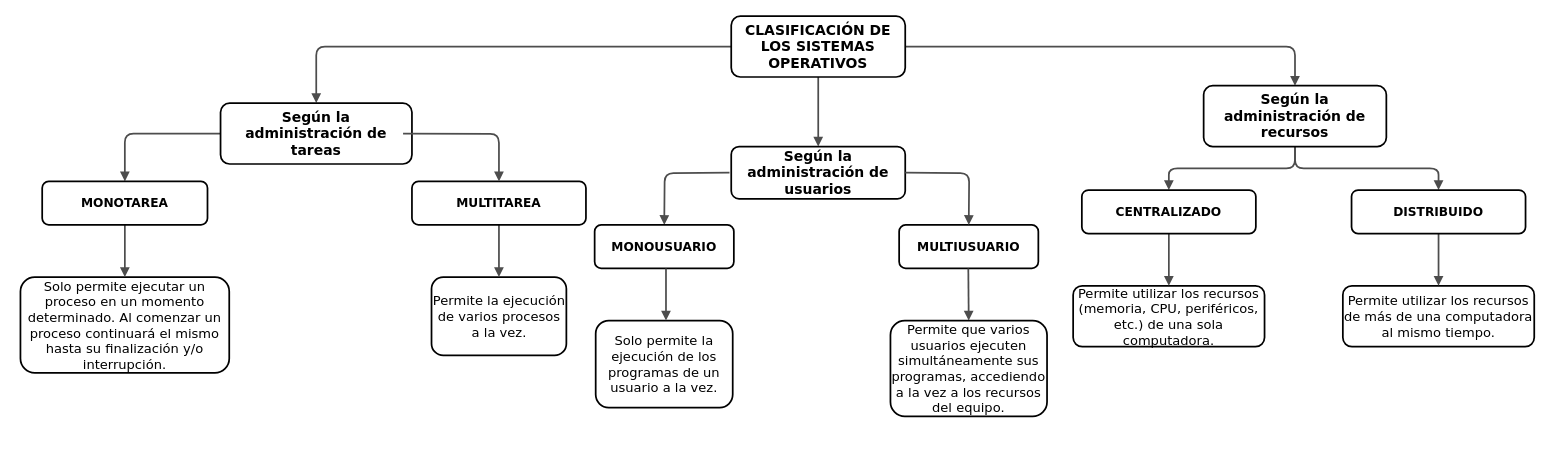
Before: Diagrama sin título.drawio in kiloZ333/kiloZ333, a draw.io diagram. Source tidied: cells renumbered, new cells numbered last; positions are measured from the earlier drawing's top-left corner, leaving out a move shared by most shapes. Both pictures are drawn from the tidied source at 87%, with x=0, y=0 at pixel (20, 16).
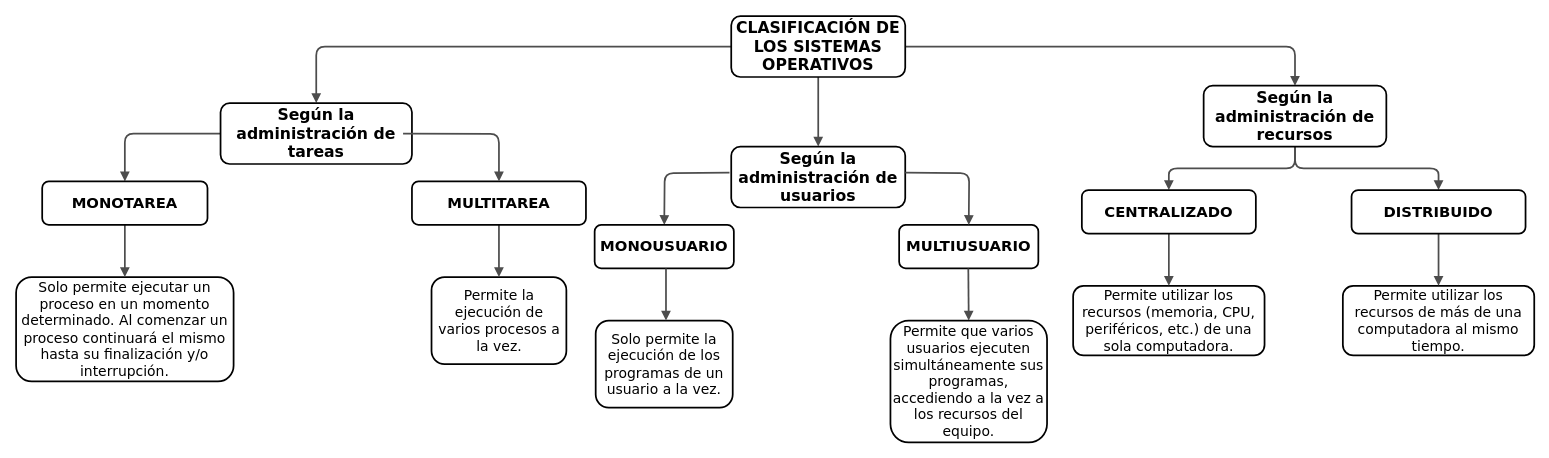
Above is the later version.

Change to the diagram source:
```diff
@@
-    <mxCell id="2" value="&lt;font style=&quot;font-size: 15px;&quot;&gt;Solo permite ejecutar un proceso en un momento determinado. Al comenzar un proceso continuará el mismo hasta su finalización y/o interrupción.&lt;/font&gt;" style="whiteSpace=wrap;html=1;rounded=1;shadow=0;comic=0;strokeWidth=2;fontFamily=Verdana;align=center;fontSize=10;" parent="1" vertex="1">
-      <mxGeometry y="300" width="240" height="110" as="geometry" />
+    <mxCell id="2" value="&lt;font style=&quot;font-size: 16px;&quot;&gt;Solo permite ejecutar un proceso en un momento determinado. Al comenzar un proceso continuará el mismo hasta su finalización y/o interrupción.&lt;/font&gt;" style="whiteSpace=wrap;html=1;rounded=1;shadow=0;comic=0;strokeWidth=2;fontFamily=Verdana;align=center;fontSize=10;" parent="1" vertex="1">
+      <mxGeometry x="-5" y="300" width="250" height="120" as="geometry" />
     </mxCell>
-    <mxCell id="3" value="&lt;font style=&quot;font-size: 15px;&quot;&gt;Permite la ejecución de varios procesos a la vez.&lt;/font&gt;" style="whiteSpace=wrap;html=1;rounded=1;shadow=0;comic=0;strokeWidth=2;fontFamily=Verdana;align=center;fontSize=10;" parent="1" vertex="1">
-      <mxGeometry x="472.5" y="300" width="155" height="90" as="geometry" />
+    <mxCell id="3" value="&lt;font style=&quot;font-size: 16px;&quot;&gt;Permite la ejecución de varios procesos a la vez.&lt;/font&gt;" style="whiteSpace=wrap;html=1;rounded=1;shadow=0;comic=0;strokeWidth=2;fontFamily=Verdana;align=center;fontSize=10;" parent="1" vertex="1">
+      <mxGeometry x="472.5" y="300" width="155" height="100" as="geometry" />
     </mxCell>
-    <mxCell id="4" value="&lt;font style=&quot;font-size: 14px;&quot;&gt;&lt;b&gt;MULTIUSUARIO&lt;/b&gt;&lt;/font&gt;" style="whiteSpace=wrap;html=1;rounded=1;shadow=0;comic=0;strokeWidth=2;fontFamily=Verdana;align=center;fontSize=10;" parent="1" vertex="1">
+    <mxCell id="4" value="&lt;font size=&quot;1&quot;&gt;&lt;b style=&quot;font-size: 17px;&quot;&gt;MULTIUSUARIO&lt;/b&gt;&lt;/font&gt;" style="whiteSpace=wrap;html=1;rounded=1;shadow=0;comic=0;strokeWidth=2;fontFamily=Verdana;align=center;fontSize=10;" parent="1" vertex="1">
       <mxGeometry x="1010" y="240" width="160" height="50" as="geometry" />
     </mxCell>
-    <mxCell id="5" value="&lt;font style=&quot;font-size: 15px;&quot;&gt;Permite utilizar los recursos (memoria, CPU, periféricos, etc.) de una sola computadora.&lt;/font&gt;" style="whiteSpace=wrap;html=1;rounded=1;shadow=0;comic=0;strokeWidth=2;fontFamily=Verdana;align=center;fontSize=10;" parent="1" vertex="1">
-      <mxGeometry x="1210" y="310" width="220" height="70" as="geometry" />
+    <mxCell id="5" value="&lt;font style=&quot;font-size: 16px;&quot;&gt;Permite utilizar los recursos (memoria, CPU, periféricos, etc.) de una sola computadora.&lt;/font&gt;" style="whiteSpace=wrap;html=1;rounded=1;shadow=0;comic=0;strokeWidth=2;fontFamily=Verdana;align=center;fontSize=10;" parent="1" vertex="1">
+      <mxGeometry x="1210" y="310" width="220" height="80" as="geometry" />
     </mxCell>
-    <mxCell id="6" value="&lt;font style=&quot;font-size: 15px;&quot;&gt;Permite utilizar los recursos de más de una computadora al mismo tiempo. &lt;/font&gt;" style="whiteSpace=wrap;html=1;rounded=1;shadow=0;comic=0;strokeWidth=2;fontFamily=Verdana;align=center;fontSize=10;" parent="1" vertex="1">
-      <mxGeometry x="1520" y="310" width="220" height="70" as="geometry" />
+    <mxCell id="6" value="&lt;font style=&quot;font-size: 16px;&quot;&gt;Permite utilizar los recursos de más de una computadora al mismo tiempo. &lt;/font&gt;" style="whiteSpace=wrap;html=1;rounded=1;shadow=0;comic=0;strokeWidth=2;fontFamily=Verdana;align=center;fontSize=10;" parent="1" vertex="1">
+      <mxGeometry x="1520" y="310" width="220" height="80" as="geometry" />
     </mxCell>
@@
-    <mxCell id="17" value="&lt;font style=&quot;font-size: 14px;&quot;&gt;MONOTAREA&lt;/font&gt;" style="whiteSpace=wrap;html=1;rounded=1;shadow=0;comic=0;strokeWidth=2;fontFamily=Verdana;align=center;fontSize=12;fontStyle=1;" parent="1" vertex="1">
+    <mxCell id="17" value="&lt;font style=&quot;font-size: 17px;&quot;&gt;MONOTAREA&lt;/font&gt;" style="whiteSpace=wrap;html=1;rounded=1;shadow=0;comic=0;strokeWidth=2;fontFamily=Verdana;align=center;fontSize=12;fontStyle=1;" parent="1" vertex="1">
       <mxGeometry x="25" y="190" width="190" height="50" as="geometry" />
     </mxCell>
-    <mxCell id="18" value="&lt;font style=&quot;font-size: 16px;&quot;&gt;Según la administración de tareas &lt;/font&gt;" style="whiteSpace=wrap;html=1;rounded=1;shadow=0;comic=0;strokeWidth=2;fontFamily=Verdana;align=center;fontSize=12;fontStyle=1;" parent="1" vertex="1">
+    <mxCell id="18" value="&lt;font style=&quot;font-size: 18px;&quot;&gt;Según la administración de tareas &lt;/font&gt;" style="whiteSpace=wrap;html=1;rounded=1;shadow=0;comic=0;strokeWidth=2;fontFamily=Verdana;align=center;fontSize=12;fontStyle=1;" parent="1" vertex="1">
       <mxGeometry x="230" y="100" width="220" height="70" as="geometry" />
     </mxCell>
-    <mxCell id="19" value="&lt;font style=&quot;font-size: 14px;&quot;&gt;MULTITAREA&lt;/font&gt;" style="whiteSpace=wrap;html=1;rounded=1;shadow=0;comic=0;strokeWidth=2;fontFamily=Verdana;align=center;fontSize=12;fontStyle=1;" parent="1" vertex="1">
+    <mxCell id="19" value="&lt;font style=&quot;font-size: 17px;&quot;&gt;MULTITAREA&lt;/font&gt;" style="whiteSpace=wrap;html=1;rounded=1;shadow=0;comic=0;strokeWidth=2;fontFamily=Verdana;align=center;fontSize=12;fontStyle=1;" parent="1" vertex="1">
       <mxGeometry x="450" y="190" width="200" height="50" as="geometry" />
     </mxCell>
-    <mxCell id="20" value="&lt;font style=&quot;font-size: 16px;&quot;&gt;Según la administración de usuarios&lt;/font&gt;" style="whiteSpace=wrap;html=1;rounded=1;shadow=0;comic=0;strokeWidth=2;fontFamily=Verdana;align=center;fontSize=12;fontStyle=1;" parent="1" vertex="1">
-      <mxGeometry x="817" y="150" width="200" height="60" as="geometry" />
+    <mxCell id="20" value="&lt;font style=&quot;font-size: 18px;&quot;&gt;Según la administración de usuarios&lt;/font&gt;" style="whiteSpace=wrap;html=1;rounded=1;shadow=0;comic=0;strokeWidth=2;fontFamily=Verdana;align=center;fontSize=12;fontStyle=1;" parent="1" vertex="1">
+      <mxGeometry x="817" y="150" width="200" height="70" as="geometry" />
     </mxCell>
-    <mxCell id="21" value="&lt;font style=&quot;font-size: 16px;&quot;&gt;CLASIFICACIÓN DE LOS SISTEMAS OPERATIVOS&lt;/font&gt;" style="whiteSpace=wrap;html=1;rounded=1;shadow=0;comic=0;strokeWidth=2;fontFamily=Verdana;align=center;fontSize=12;fontStyle=1;" parent="1" vertex="1">
+    <mxCell id="21" value="&lt;font style=&quot;font-size: 18px;&quot;&gt;CLASIFICACIÓN DE LOS SISTEMAS OPERATIVOS&lt;/font&gt;" style="whiteSpace=wrap;html=1;rounded=1;shadow=0;comic=0;strokeWidth=2;fontFamily=Verdana;align=center;fontSize=12;fontStyle=1;" parent="1" vertex="1">
       <mxGeometry x="817" width="200" height="70" as="geometry" />
     </mxCell>
-    <mxCell id="22" value="&lt;font style=&quot;font-size: 16px;&quot;&gt;Según la administración de recursos&lt;/font&gt;" style="whiteSpace=wrap;html=1;rounded=1;shadow=0;comic=0;strokeWidth=2;fontFamily=Verdana;align=center;fontSize=12;fontStyle=1;" parent="1" vertex="1">
+    <mxCell id="22" value="&lt;font style=&quot;font-size: 18px;&quot;&gt;Según la administración de recursos&lt;/font&gt;" style="whiteSpace=wrap;html=1;rounded=1;shadow=0;comic=0;strokeWidth=2;fontFamily=Verdana;align=center;fontSize=12;fontStyle=1;" parent="1" vertex="1">
       <mxGeometry x="1360" y="80" width="210" height="70" as="geometry" />
     </mxCell>
-    <mxCell id="23" value="&lt;font style=&quot;font-size: 14px;&quot;&gt;CENTRALIZADO&lt;/font&gt;" style="whiteSpace=wrap;html=1;rounded=1;shadow=0;comic=0;strokeWidth=2;fontFamily=Verdana;align=center;fontSize=12;fontStyle=1;" parent="1" vertex="1">
+    <mxCell id="23" value="&lt;font style=&quot;font-size: 17px;&quot;&gt;CENTRALIZADO&lt;/font&gt;" style="whiteSpace=wrap;html=1;rounded=1;shadow=0;comic=0;strokeWidth=2;fontFamily=Verdana;align=center;fontSize=12;fontStyle=1;" parent="1" vertex="1">
       <mxGeometry x="1220" y="200" width="200" height="50" as="geometry" />
     </mxCell>
-    <mxCell id="24" value="&lt;font style=&quot;font-size: 14px;&quot;&gt;DISTRIBUIDO&lt;/font&gt;" style="whiteSpace=wrap;html=1;rounded=1;shadow=0;comic=0;strokeWidth=2;fontFamily=Verdana;align=center;fontSize=12;fontStyle=1;" parent="1" vertex="1">
+    <mxCell id="24" value="&lt;font style=&quot;font-size: 17px;&quot;&gt;DISTRIBUIDO&lt;/font&gt;" style="whiteSpace=wrap;html=1;rounded=1;shadow=0;comic=0;strokeWidth=2;fontFamily=Verdana;align=center;fontSize=12;fontStyle=1;" parent="1" vertex="1">
       <mxGeometry x="1530" y="200" width="200" height="50" as="geometry" />
     </mxCell>
@@
-    <mxCell id="28" value="&lt;b&gt;&lt;font style=&quot;font-size: 14px;&quot;&gt;MONOUSUARIO&lt;/font&gt;&lt;/b&gt;" style="whiteSpace=wrap;html=1;rounded=1;shadow=0;comic=0;strokeWidth=2;fontFamily=Verdana;align=center;fontSize=10;" parent="1" vertex="1">
+    <mxCell id="28" value="&lt;font size=&quot;1&quot;&gt;&lt;b&gt;&lt;font style=&quot;font-size: 17px;&quot;&gt;MONOUSUARIO&lt;/font&gt;&lt;/b&gt;&lt;/font&gt;" style="whiteSpace=wrap;html=1;rounded=1;shadow=0;comic=0;strokeWidth=2;fontFamily=Verdana;align=center;fontSize=10;" parent="1" vertex="1">
       <mxGeometry x="660" y="240" width="160" height="50" as="geometry" />
     </mxCell>
-    <mxCell id="29" value="&lt;font style=&quot;font-size: 15px;&quot;&gt;Solo permite la ejecución de los programas de un usuario a la vez. &lt;/font&gt;" style="whiteSpace=wrap;html=1;rounded=1;shadow=0;comic=0;strokeWidth=2;fontFamily=Verdana;align=center;fontSize=10;" parent="1" vertex="1">
+    <mxCell id="29" value="&lt;font style=&quot;font-size: 16px;&quot;&gt;Solo permite la ejecución de los programas de un usuario a la vez. &lt;/font&gt;" style="whiteSpace=wrap;html=1;rounded=1;shadow=0;comic=0;strokeWidth=2;fontFamily=Verdana;align=center;fontSize=10;" parent="1" vertex="1">
       <mxGeometry x="661.2" y="350" width="157.5" height="100" as="geometry" />
     </mxCell>
@@
-    <mxCell id="32" value="&lt;font style=&quot;font-size: 15px;&quot;&gt;Permite que varios usuarios ejecuten simultáneamente sus programas, accediendo a la vez a los recursos del equipo. &lt;/font&gt;" style="whiteSpace=wrap;html=1;rounded=1;shadow=0;comic=0;strokeWidth=2;fontFamily=Verdana;align=center;fontSize=10;" parent="1" vertex="1">
-      <mxGeometry x="1000" y="350" width="180" height="110" as="geometry" />
+    <mxCell id="32" value="&lt;font style=&quot;font-size: 16px;&quot;&gt;Permite que varios usuarios ejecuten simultáneamente sus programas, accediendo a la vez a los recursos del equipo. &lt;/font&gt;" style="whiteSpace=wrap;html=1;rounded=1;shadow=0;comic=0;strokeWidth=2;fontFamily=Verdana;align=center;fontSize=10;" parent="1" vertex="1">
+      <mxGeometry x="1000" y="350" width="180" height="140" as="geometry" />
     </mxCell>
```
